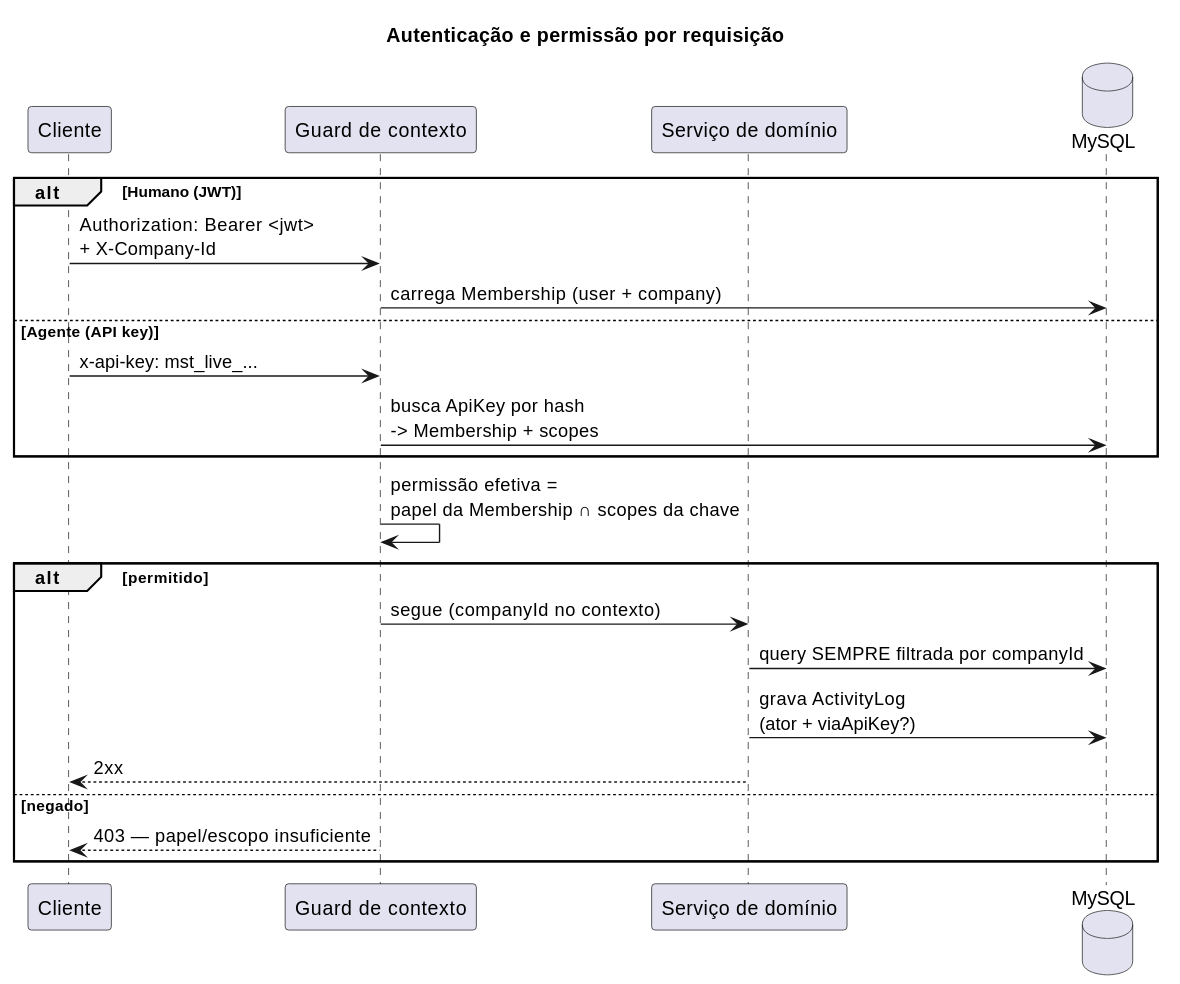
Earlier version of the PlantUML export docs/diagramas/auth-rbac.svg (WalterSilva5/agentic-dev-maestro). Its diagram source:
```plantuml
@startuml
title Autenticação e permissão por requisição
skinparam backgroundColor transparent
skinparam shadowing false
skinparam defaultFontName sans-serif

participant Cliente
participant "Guard de contexto" as Guard
participant "Serviço de domínio" as Svc
database "MySQL" as DB

alt Humano (JWT)
  Cliente -> Guard : Authorization: Bearer <jwt>\n+ X-Company-Id
  Guard -> DB : carrega Membership (user + company)
else Agente (API key)
  Cliente -> Guard : x-api-key: mst_live_...
  Guard -> DB : busca ApiKey por hash\n-> Membership + scopes
end

Guard -> Guard : permissão efetiva =\npapel da Membership ∩ scopes da chave

alt permitido
  Guard -> Svc : segue (companyId no contexto)
  Svc -> DB : query SEMPRE filtrada por companyId
  Svc -> DB : grava ActivityLog\n(ator + viaApiKey?)
  Svc --> Cliente : 2xx
else negado
  Guard --> Cliente : 403 — papel/escopo insuficiente
end
@enduml
```
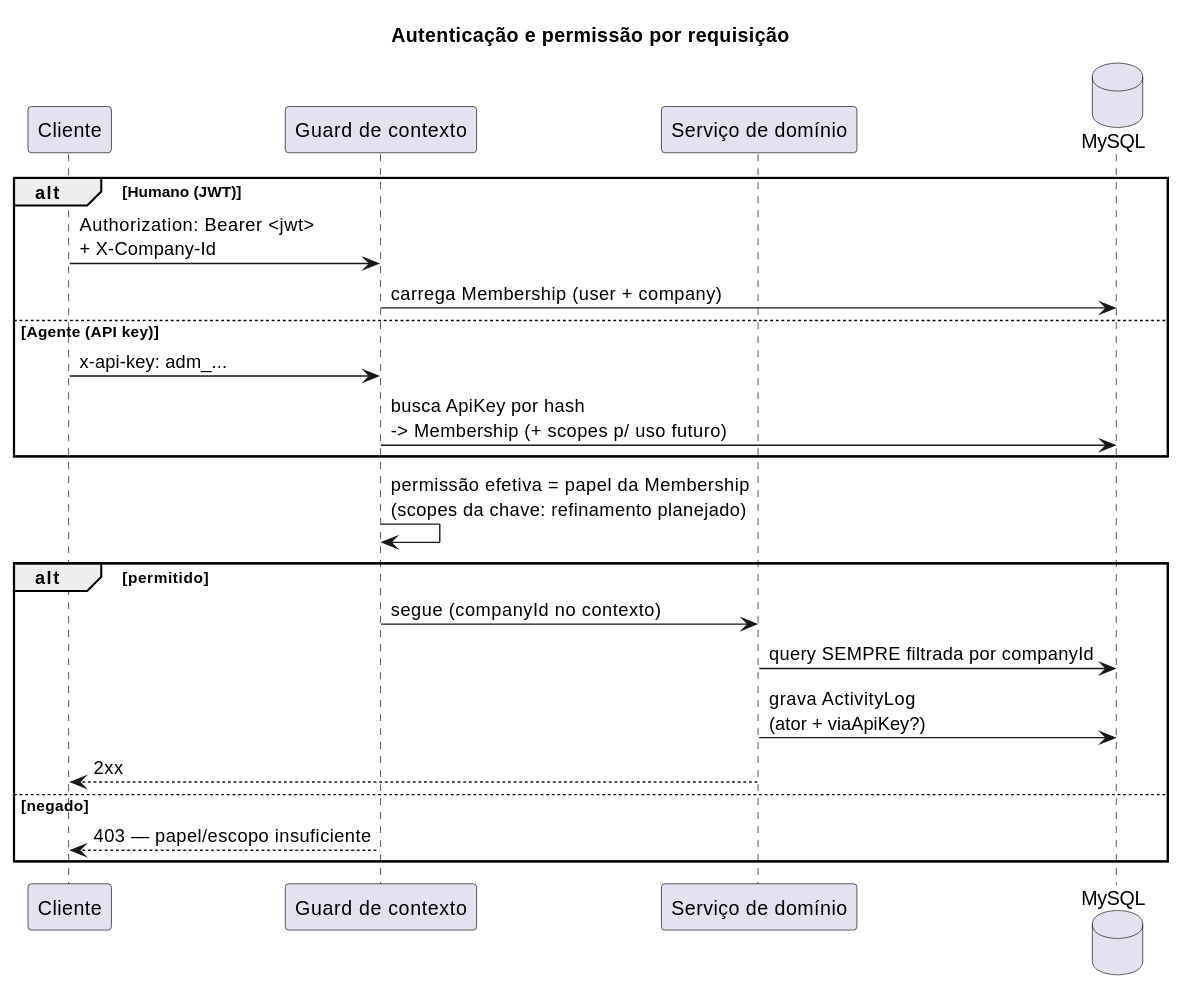
The same diagram one commit later.

Commit message:
docs: alinha documentacao e diagramas a implementacao real

What changed in the source:
```diff
@@ -13,11 +13,11 @@
   Cliente -> Guard : Authorization: Bearer <jwt>\n+ X-Company-Id
   Guard -> DB : carrega Membership (user + company)
 else Agente (API key)
-  Cliente -> Guard : x-api-key: mst_live_...
-  Guard -> DB : busca ApiKey por hash\n-> Membership + scopes
+  Cliente -> Guard : x-api-key: adm_...
+  Guard -> DB : busca ApiKey por hash\n-> Membership (+ scopes p/ uso futuro)
 end
 
-Guard -> Guard : permissão efetiva =\npapel da Membership ∩ scopes da chave
+Guard -> Guard : permissão efetiva = papel da Membership\n(scopes da chave: refinamento planejado)
 
 alt permitido
   Guard -> Svc : segue (companyId no contexto)
```
